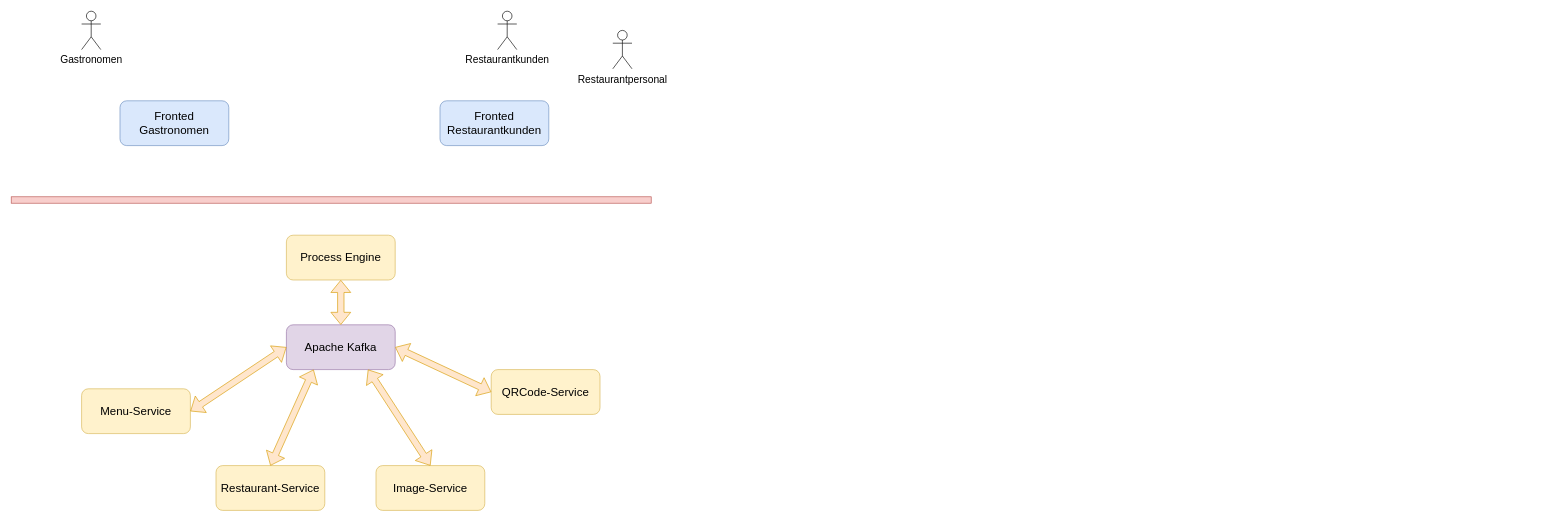
This is ArchitekturQastro.drawio from andi20002000/draw, a draw.io file, before an edit. Source tidied: cells renumbered, new cells numbered last; positions are measured from the earlier drawing's top-left corner, leaving out a move shared by most shapes. Both pictures are drawn from the tidied source at 64%, with x=0, y=0 at pixel (11, 11).
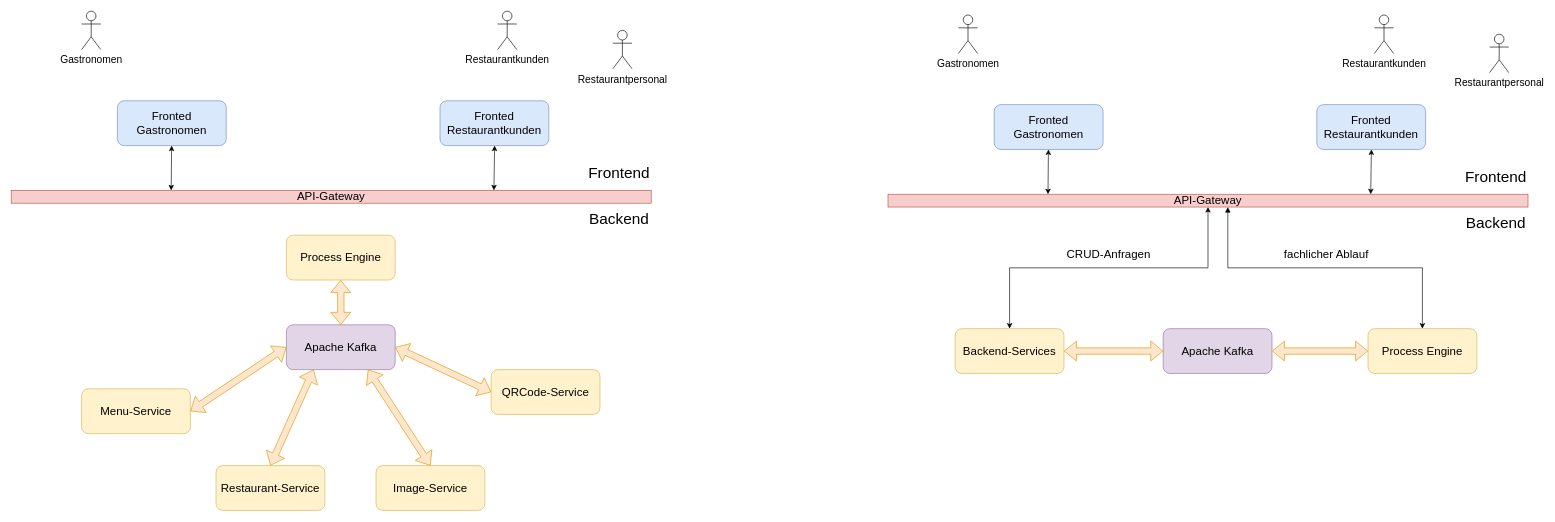
The same diagram, later.

The edit, as a diff of the source:
```diff
@@
     <mxCell id="3" value="&lt;font style=&quot;font-size: 18px;&quot;&gt;Fronted&lt;br&gt;Gastronomen&lt;/font&gt;" style="rounded=1;whiteSpace=wrap;html=1;fillColor=#dae8fc;strokeColor=#6c8ebf;" parent="1" vertex="1">
-      <mxGeometry x="170" y="140" width="170" height="70" as="geometry" />
+      <mxGeometry x="166" y="140" width="170" height="70" as="geometry" />
     </mxCell>
-    <mxCell id="4" style="rounded=0;whiteSpace=wrap;html=1;fillColor=#f8cecc;strokeColor=#b85450;" parent="1" vertex="1">
-      <mxGeometry y="290" width="1000" height="10" as="geometry" />
+    <mxCell id="4" value="&lt;font style=&quot;font-size: 18px;&quot;&gt;API-Gateway&lt;/font&gt;" style="rounded=0;whiteSpace=wrap;html=1;fillColor=#f8cecc;strokeColor=#b85450;" parent="1" vertex="1">
+      <mxGeometry y="280" width="1000" height="20" as="geometry" />
     </mxCell>
@@
+    <mxCell id="19" value="&lt;font style=&quot;font-size: 24px;&quot;&gt;Frontend&lt;/font&gt;" style="text;html=1;align=center;verticalAlign=middle;whiteSpace=wrap;rounded=0;" parent="1" vertex="1">
+      <mxGeometry x="900" y="238" width="100" height="30" as="geometry" />
+    </mxCell>
+    <mxCell id="20" value="&lt;font style=&quot;font-size: 24px;&quot;&gt;Backend&lt;/font&gt;" style="text;html=1;align=center;verticalAlign=middle;whiteSpace=wrap;rounded=0;" parent="1" vertex="1">
+      <mxGeometry x="900" y="310" width="100" height="30" as="geometry" />
+    </mxCell>
+    <mxCell id="21" style="endArrow=classic;startArrow=classic;html=1;rounded=0;exitX=0.25;exitY=0;exitDx=0;exitDy=0;" parent="1" edge="1" source="4" target="3">
+      <mxGeometry relative="1" as="geometry" />
+    </mxCell>
+    <mxCell id="22" style="endArrow=classic;startArrow=classic;html=1;rounded=0;exitX=0.25;exitY=0;exitDx=0;exitDy=0;" parent="1" edge="1">
+      <mxGeometry relative="1" as="geometry">
+        <mxPoint x="754.3" y="280" as="sourcePoint" />
+        <mxPoint x="755.3" y="210" as="targetPoint" />
+      </mxGeometry>
+    </mxCell>
+    <mxCell id="23" value="&lt;font style=&quot;font-size: 18px;&quot;&gt;Fronted&lt;br&gt;Restaurantkunden&lt;/font&gt;" style="rounded=1;whiteSpace=wrap;html=1;fillColor=#dae8fc;strokeColor=#6c8ebf;" parent="1" vertex="1">
+      <mxGeometry x="2040" y="146" width="170" height="70" as="geometry" />
+    </mxCell>
+    <mxCell id="24" value="&lt;font style=&quot;font-size: 18px;&quot;&gt;Fronted&lt;br&gt;Gastronomen&lt;/font&gt;" style="rounded=1;whiteSpace=wrap;html=1;fillColor=#dae8fc;strokeColor=#6c8ebf;" parent="1" vertex="1">
+      <mxGeometry x="1536" y="146" width="170" height="70" as="geometry" />
+    </mxCell>
+    <mxCell id="25" style="edgeStyle=orthogonalEdgeStyle;rounded=0;jettySize=auto;html=1;startArrow=classic;startFill=1;" parent="1" edge="1" source="27" target="30">
+      <mxGeometry relative="1" as="geometry" />
+    </mxCell>
+    <mxCell id="26" style="edgeStyle=orthogonalEdgeStyle;rounded=0;jettySize=auto;html=1;startArrow=block;" parent="1" edge="1" source="27" target="28">
+      <mxGeometry relative="1" as="geometry">
+        <Array as="points">
+          <mxPoint x="1901" y="401" />
+          <mxPoint x="2205" y="401" />
+        </Array>
+      </mxGeometry>
+    </mxCell>
+    <mxCell id="27" value="&lt;font style=&quot;font-size: 18px;&quot;&gt;API-Gateway&lt;/font&gt;" style="rounded=0;whiteSpace=wrap;html=1;fillColor=#f8cecc;strokeColor=#b85450;" parent="1" vertex="1">
+      <mxGeometry x="1370" y="286" width="1000" height="20" as="geometry" />
+    </mxCell>
+    <mxCell id="28" value="&lt;span style=&quot;font-size: 18px;&quot;&gt;Process Engine&lt;/span&gt;" style="rounded=1;whiteSpace=wrap;html=1;fillColor=#fff2cc;strokeColor=#d6b656;" parent="1" vertex="1">
+      <mxGeometry x="2120" y="496" width="170" height="70" as="geometry" />
+    </mxCell>
+    <mxCell id="29" value="&lt;span style=&quot;font-size: 18px;&quot;&gt;Apache Kafka&lt;/span&gt;" style="rounded=1;whiteSpace=wrap;html=1;fillColor=#e1d5e7;strokeColor=#9673a6;" parent="1" vertex="1">
+      <mxGeometry x="1800" y="496" width="170" height="70" as="geometry" />
+    </mxCell>
+    <mxCell id="30" value="&lt;span style=&quot;font-size: 18px;&quot;&gt;Backend-Services&lt;/span&gt;" style="rounded=1;whiteSpace=wrap;html=1;fillColor=#fff2cc;strokeColor=#d6b656;" parent="1" vertex="1">
+      <mxGeometry x="1475" y="496" width="170" height="70" as="geometry" />
+    </mxCell>
+    <mxCell id="31" value="&lt;div&gt;&lt;font style=&quot;font-size: 16px;&quot;&gt;Gastronomen&lt;/font&gt;&lt;/div&gt;&lt;div&gt;&lt;br&gt;&lt;/div&gt;" style="shape=umlActor;verticalLabelPosition=bottom;verticalAlign=top;html=1;" parent="1" vertex="1">
+      <mxGeometry x="1480" y="6" width="30" height="60" as="geometry" />
+    </mxCell>
+    <mxCell id="32" value="&lt;div&gt;&lt;font style=&quot;font-size: 16px;&quot;&gt;Restaurantkunden&lt;/font&gt;&lt;/div&gt;" style="shape=umlActor;verticalLabelPosition=bottom;verticalAlign=top;html=1;" parent="1" vertex="1">
+      <mxGeometry x="2130" y="6" width="30" height="60" as="geometry" />
+    </mxCell>
+    <mxCell id="33" value="&lt;font style=&quot;font-size: 16px;&quot;&gt;Restaurantpersonal&lt;/font&gt;" style="shape=umlActor;verticalLabelPosition=bottom;verticalAlign=top;html=1;" parent="1" vertex="1">
+      <mxGeometry x="2310" y="36" width="30" height="60" as="geometry" />
+    </mxCell>
+    <mxCell id="34" style="shape=flexArrow;endArrow=classic;startArrow=classic;html=1;rounded=0;exitX=1;exitY=0.5;exitDx=0;exitDy=0;fillColor=#ffe6cc;strokeColor=#d79b00;" parent="1" edge="1" source="29" target="28">
+      <mxGeometry relative="1" as="geometry" />
+    </mxCell>
+    <mxCell id="35" style="shape=flexArrow;endArrow=classic;startArrow=classic;html=1;rounded=0;exitX=1;exitY=0.5;exitDx=0;exitDy=0;entryX=0;entryY=0.5;entryDx=0;entryDy=0;fillColor=#ffe6cc;strokeColor=#d79b00;" parent="1" edge="1" source="30" target="29">
+      <mxGeometry relative="1" as="geometry" />
+    </mxCell>
+    <mxCell id="36" value="&lt;font style=&quot;font-size: 24px;&quot;&gt;Frontend&lt;/font&gt;" style="text;html=1;align=center;verticalAlign=middle;whiteSpace=wrap;rounded=0;" parent="1" vertex="1">
+      <mxGeometry x="2270" y="244" width="100" height="30" as="geometry" />
+    </mxCell>
+    <mxCell id="37" value="&lt;font style=&quot;font-size: 24px;&quot;&gt;Backend&lt;/font&gt;" style="text;html=1;align=center;verticalAlign=middle;whiteSpace=wrap;rounded=0;" parent="1" vertex="1">
+      <mxGeometry x="2270" y="316" width="100" height="30" as="geometry" />
+    </mxCell>
+    <mxCell id="38" style="endArrow=classic;startArrow=classic;html=1;rounded=0;exitX=0.25;exitY=0;exitDx=0;exitDy=0;" parent="1" edge="1" source="27" target="24">
+      <mxGeometry relative="1" as="geometry" />
+    </mxCell>
+    <mxCell id="39" style="endArrow=classic;startArrow=classic;html=1;rounded=0;exitX=0.25;exitY=0;exitDx=0;exitDy=0;" parent="1" edge="1">
+      <mxGeometry relative="1" as="geometry">
+        <mxPoint x="2124.3" y="286" as="sourcePoint" />
+        <mxPoint x="2125.3" y="216" as="targetPoint" />
+      </mxGeometry>
+    </mxCell>
+    <mxCell id="40" value="&lt;font style=&quot;font-size: 18px;&quot;&gt;CRUD-Anfragen&lt;/font&gt;" style="text;html=1;align=center;verticalAlign=middle;whiteSpace=wrap;rounded=0;" parent="1" vertex="1">
+      <mxGeometry x="1630" y="363" width="170" height="33" as="geometry" />
+    </mxCell>
+    <mxCell id="41" value="&lt;span style=&quot;font-size: 18px;&quot;&gt;f&lt;/span&gt;&lt;span style=&quot;font-size: 18px; background-color: transparent; color: light-dark(rgb(0, 0, 0), rgb(255, 255, 255));&quot;&gt;achlicher Ablauf&lt;/span&gt;" style="text;html=1;align=center;verticalAlign=middle;whiteSpace=wrap;rounded=0;" parent="1" vertex="1">
+      <mxGeometry x="1970" y="363" width="170" height="33" as="geometry" />
+    </mxCell>
```
